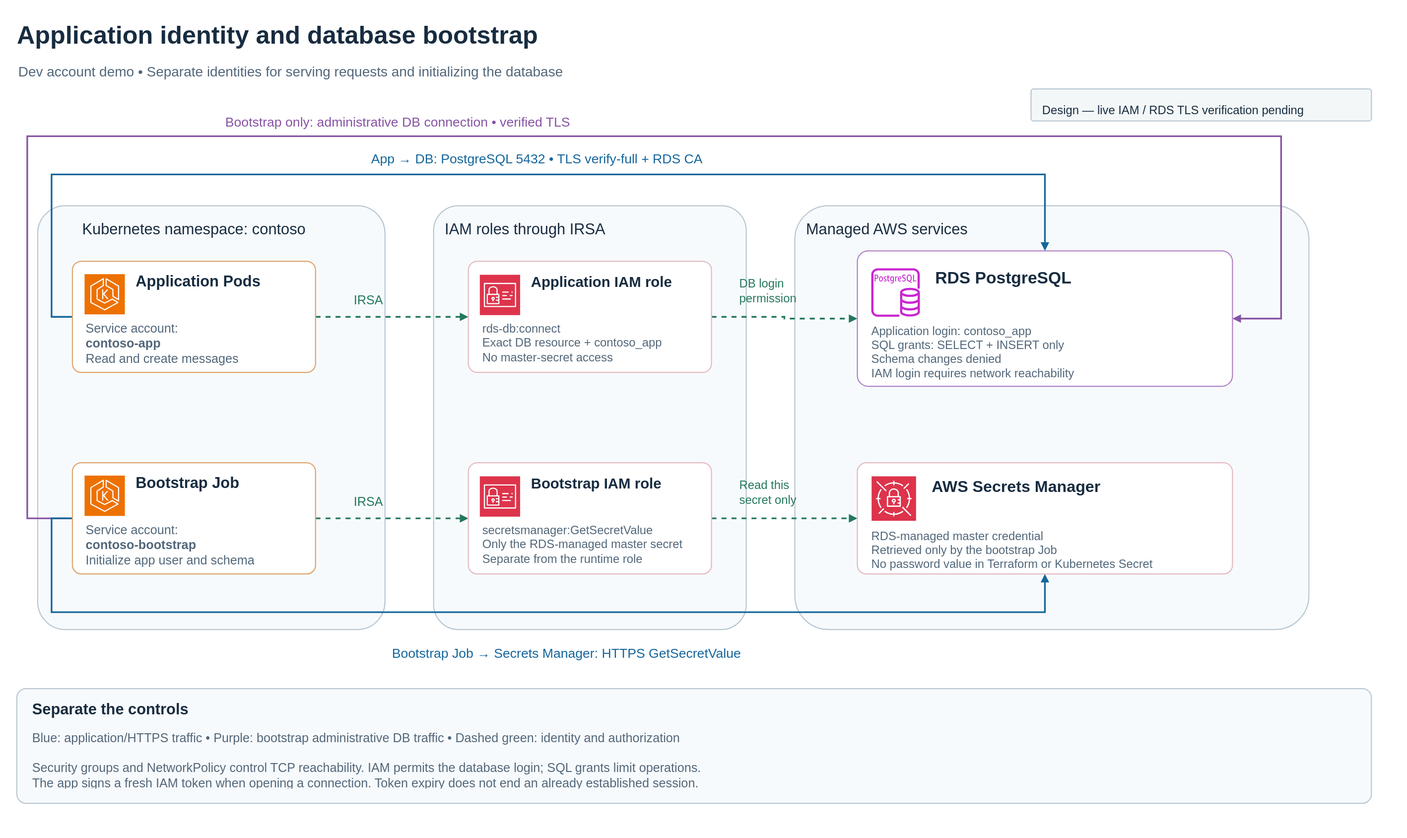
The draw.io diagram docs/architecture-identity.svg in westfood/aws-eks-assignment, before a commit. Source tidied: cells renumbered, new cells last; positions are measured from the earlier drawing's top-left corner, leaving out a move shared by most shapes.
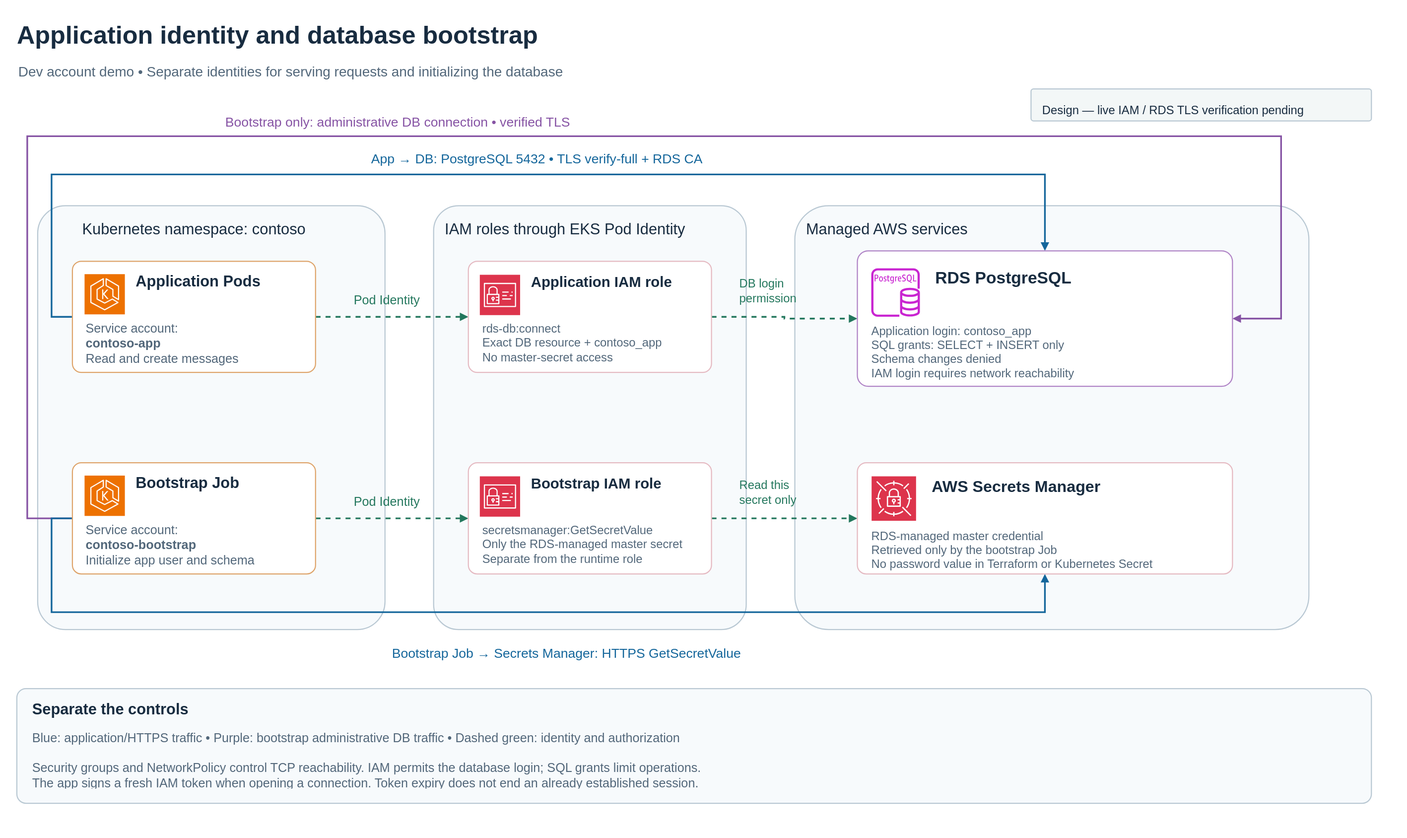
After the commit.

What changed in the source:
```diff
@@ -5,7 +5,7 @@
     <mxCell id="2" value="Kubernetes namespace: contoso" style="rounded=1;arcSize=8;html=1;whiteSpace=wrap;fillColor=#F7FAFC;strokeColor=#B9C8D3;strokeWidth=1.6;fontFamily=Arial;fontSize=22;fontColor=#182C40;verticalAlign=top;align=left;spacing=16;dashed=0;spacingLeft=48;" parent="1" vertex="1">
       <mxGeometry x="30" y="272" width="500" height="610" as="geometry" />
     </mxCell>
-    <mxCell id="3" value="IAM roles through IRSA" style="rounded=1;arcSize=8;html=1;whiteSpace=wrap;fillColor=#F7FAFC;strokeColor=#B9C8D3;strokeWidth=1.6;fontFamily=Arial;fontSize=22;fontColor=#182C40;verticalAlign=top;align=left;spacing=16;dashed=0;" parent="1" vertex="1">
+    <mxCell id="3" value="IAM roles through EKS Pod Identity" style="rounded=1;arcSize=8;html=1;whiteSpace=wrap;fillColor=#F7FAFC;strokeColor=#B9C8D3;strokeWidth=1.6;fontFamily=Arial;fontSize=22;fontColor=#182C40;verticalAlign=top;align=left;spacing=16;dashed=0;" parent="1" vertex="1">
       <mxGeometry x="600" y="272" width="450" height="610" as="geometry" />
     </mxCell>
     <mxCell id="4" value="Managed AWS services" style="rounded=1;arcSize=8;html=1;whiteSpace=wrap;fillColor=#F7FAFC;strokeColor=#B9C8D3;strokeWidth=1.6;fontFamily=Arial;fontSize=22;fontColor=#182C40;verticalAlign=top;align=left;spacing=16;dashed=0;" parent="1" vertex="1">
```
